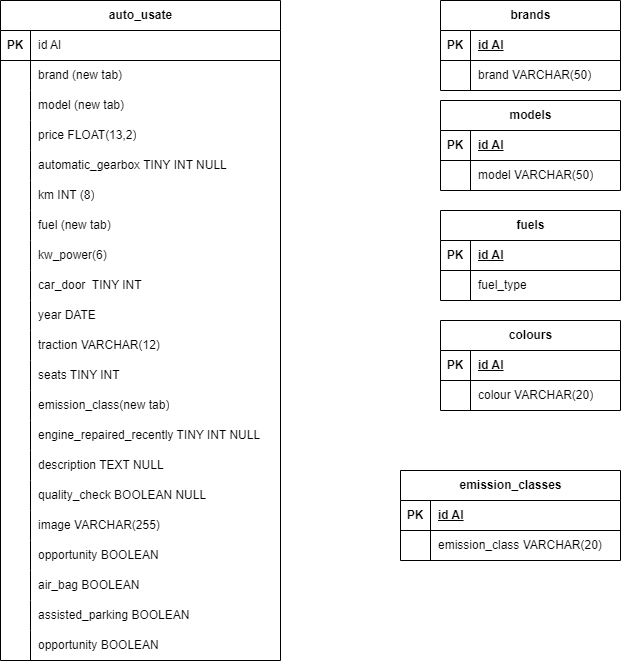
This is diagramma.png from teoma145/db-first, a draw.io export, as it was before one commit. Source tidied: cells renumbered, new cells last; positions are measured from the earlier drawing's top-left corner, leaving out a move shared by most shapes.
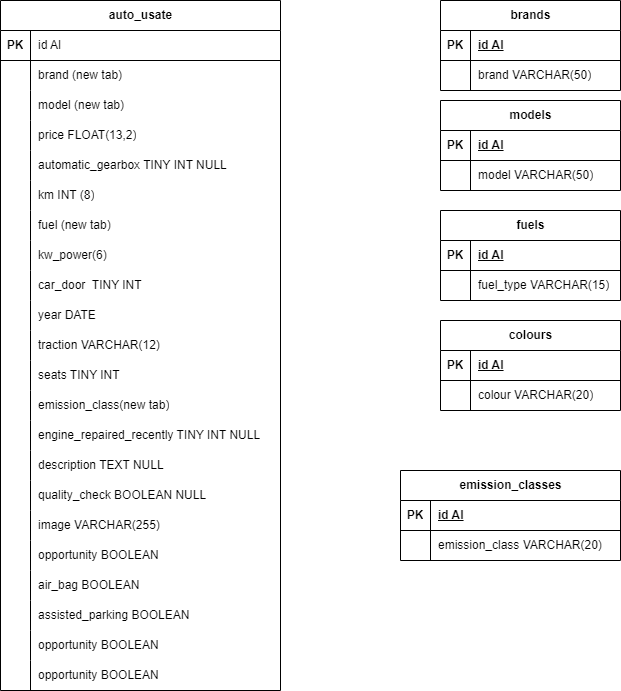
Above is the later version.

The edit, as a diff of the source:
```diff
@@ -3,7 +3,7 @@
     <mxCell id="0" />
     <mxCell id="1" parent="0" />
     <mxCell id="2" value="auto_usate" style="shape=table;startSize=30;rowLines=0;fontStyle=1;align=center;html=1;" parent="1" vertex="1">
-      <mxGeometry width="280" height="660" as="geometry" />
+      <mxGeometry width="280" height="690" as="geometry" />
     </mxCell>
     <mxCell id="3" style="shape=tableRow;horizontal=0;startSize=0;swimlaneHead=0;swimlaneBody=0;fillColor=none;top=0;left=0;right=0;bottom=1;" parent="2" vertex="1">
       <mxGeometry y="30" width="280" height="30" as="geometry" />
@@ -194,6 +194,15 @@
     <mxCell id="65" value="opportunity BOOLEAN" style="shape=partialRectangle;fillColor=none;top=0;left=0;bottom=0;right=0;align=left;spacingLeft=6;overflow=hidden;whiteSpace=wrap;html=1;" parent="63" vertex="1">
       <mxGeometry x="30" width="250" height="30" as="geometry" />
     </mxCell>
+    <mxCell id="101" style="shape=tableRow;horizontal=0;startSize=0;swimlaneHead=0;swimlaneBody=0;fillColor=none;top=0;left=0;right=0;bottom=0;" parent="2" vertex="1">
+      <mxGeometry y="660" width="280" height="30" as="geometry" />
+    </mxCell>
+    <mxCell id="102" style="shape=partialRectangle;fillColor=none;top=0;left=0;bottom=0;right=0;overflow=hidden;whiteSpace=wrap;html=1;" parent="101" vertex="1">
+      <mxGeometry width="30" height="30" as="geometry" />
+    </mxCell>
+    <mxCell id="103" value="opportunity BOOLEAN" style="shape=partialRectangle;fillColor=none;top=0;left=0;bottom=0;right=0;align=left;spacingLeft=6;overflow=hidden;whiteSpace=wrap;html=1;" parent="101" vertex="1">
+      <mxGeometry x="30" width="250" height="30" as="geometry" />
+    </mxCell>
     <mxCell id="66" value="brands" style="shape=table;startSize=30;rowLines=0;fontStyle=1;align=center;html=1;" parent="1" vertex="1">
       <mxGeometry x="440" width="180" height="90" as="geometry" />
     </mxCell>
@@ -254,7 +263,7 @@
     <mxCell id="85" style="shape=partialRectangle;fillColor=none;top=0;left=0;bottom=0;right=0;overflow=hidden;whiteSpace=wrap;html=1;" parent="84" vertex="1">
       <mxGeometry width="30" height="30" as="geometry" />
     </mxCell>
-    <mxCell id="86" value="fuel_type" style="shape=partialRectangle;fillColor=none;top=0;left=0;bottom=0;right=0;align=left;spacingLeft=6;overflow=hidden;whiteSpace=wrap;html=1;" parent="84" vertex="1">
+    <mxCell id="86" value="fuel_type VARCHAR(15)" style="shape=partialRectangle;fillColor=none;top=0;left=0;bottom=0;right=0;align=left;spacingLeft=6;overflow=hidden;whiteSpace=wrap;html=1;" parent="84" vertex="1">
       <mxGeometry x="30" width="150" height="30" as="geometry" />
     </mxCell>
     <mxCell id="87" value="colours" style="shape=table;startSize=30;rowLines=0;fontStyle=1;align=center;html=1;" parent="1" vertex="1">
```
